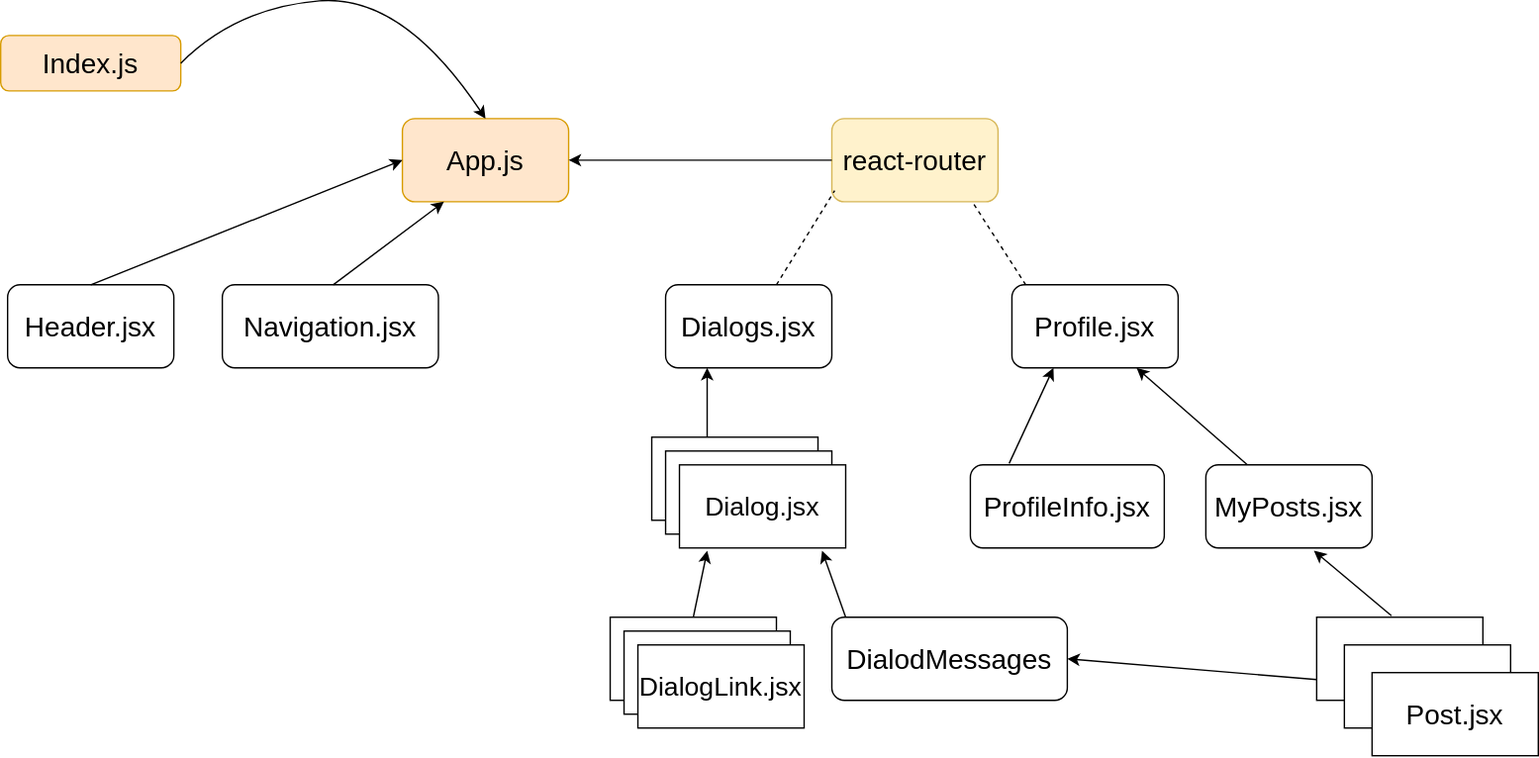
The draw.io diagram Схема приложения.drawio.svg in ShyHarvey/Social-network-with-samurai.js-api-, before a commit. Source tidied: cells renumbered, new cells last; positions are measured from the earlier drawing's top-left corner, leaving out a move shared by most shapes. Source of this version:
```xml
<mxGraphModel>
  <root>
    <mxCell id="0" />
    <mxCell id="1" parent="0" />
    <mxCell id="2" value="&lt;font style=&quot;font-size: 20px;&quot;&gt;Index.js&lt;/font&gt;" style="rounded=1;whiteSpace=wrap;html=1;fillColor=#ffe6cc;strokeColor=#d79b00;" parent="1" vertex="1">
      <mxGeometry y="30" width="130" height="40" as="geometry" />
    </mxCell>
    <mxCell id="3" value="App.js" style="rounded=1;whiteSpace=wrap;html=1;fontSize=20;fillColor=#ffe6cc;strokeColor=#d79b00;" parent="1" vertex="1">
      <mxGeometry x="290" y="90" width="120" height="60" as="geometry" />
    </mxCell>
    <mxCell id="4" style="curved=1;endArrow=classic;html=1;rounded=0;fontSize=20;exitX=1;exitY=0.5;exitDx=0;exitDy=0;entryX=0.5;entryY=0;entryDx=0;entryDy=0;" parent="1" edge="1" source="2" target="3">
      <mxGeometry relative="1" as="geometry">
        <Array as="points">
          <mxPoint x="170" y="10" />
          <mxPoint x="290" />
        </Array>
      </mxGeometry>
    </mxCell>
    <mxCell id="5" value="Header.jsx" style="rounded=1;whiteSpace=wrap;html=1;fontSize=20;" parent="1" vertex="1">
      <mxGeometry x="5" y="210" width="120" height="60" as="geometry" />
    </mxCell>
    <mxCell id="6" value="Navigation.jsx" style="rounded=1;whiteSpace=wrap;html=1;fontSize=20;" parent="1" vertex="1">
      <mxGeometry x="160" y="210" width="156" height="60" as="geometry" />
    </mxCell>
    <mxCell id="7" value="Dialogs.jsx" style="rounded=1;whiteSpace=wrap;html=1;fontSize=20;" parent="1" vertex="1">
      <mxGeometry x="480" y="210" width="120" height="60" as="geometry" />
    </mxCell>
    <mxCell id="8" value="Profile.jsx" style="rounded=1;whiteSpace=wrap;html=1;fontSize=20;" parent="1" vertex="1">
      <mxGeometry x="730" y="210" width="120" height="60" as="geometry" />
    </mxCell>
    <mxCell id="9" style="endArrow=classic;html=1;rounded=0;fontSize=20;exitX=0.5;exitY=0;exitDx=0;exitDy=0;entryX=0;entryY=0.5;entryDx=0;entryDy=0;" parent="1" edge="1" source="5" target="3">
      <mxGeometry relative="1" as="geometry" />
    </mxCell>
    <mxCell id="10" style="endArrow=classic;html=1;rounded=0;fontSize=20;entryX=0.25;entryY=1;entryDx=0;entryDy=0;" parent="1" edge="1" target="3">
      <mxGeometry relative="1" as="geometry">
        <mxPoint x="240" y="210" as="sourcePoint" />
      </mxGeometry>
    </mxCell>
    <mxCell id="11" value="react-router" style="rounded=1;whiteSpace=wrap;html=1;fontSize=20;fillColor=#fff2cc;strokeColor=#d6b656;" parent="1" vertex="1">
      <mxGeometry x="600" y="90" width="120" height="60" as="geometry" />
    </mxCell>
    <mxCell id="12" style="endArrow=none;dashed=1;html=1;rounded=0;fontSize=20;entryX=0.017;entryY=0.867;entryDx=0;entryDy=0;entryPerimeter=0;" parent="1" edge="1" target="11">
      <mxGeometry relative="1" as="geometry">
        <mxPoint x="560" y="210" as="sourcePoint" />
      </mxGeometry>
    </mxCell>
    <mxCell id="13" style="endArrow=none;dashed=1;html=1;rounded=0;fontSize=20;entryX=0.85;entryY=1.017;entryDx=0;entryDy=0;entryPerimeter=0;" parent="1" edge="1" target="11">
      <mxGeometry relative="1" as="geometry">
        <mxPoint x="740" y="210" as="sourcePoint" />
      </mxGeometry>
    </mxCell>
    <mxCell id="14" style="endArrow=classic;html=1;rounded=0;fontSize=20;entryX=1;entryY=0.5;entryDx=0;entryDy=0;" parent="1" edge="1" source="11" target="3">
      <mxGeometry relative="1" as="geometry" />
    </mxCell>
    <mxCell id="15" value="MyPosts.jsx" style="rounded=1;whiteSpace=wrap;html=1;fontSize=20;" parent="1" vertex="1">
      <mxGeometry x="870" y="340" width="120" height="60" as="geometry" />
    </mxCell>
    <mxCell id="16" value="ProfileInfo.jsx" style="rounded=1;whiteSpace=wrap;html=1;fontSize=20;" parent="1" vertex="1">
      <mxGeometry x="700" y="340" width="140" height="60" as="geometry" />
    </mxCell>
    <mxCell id="17" style="endArrow=classic;html=1;rounded=0;fontSize=20;entryX=0.25;entryY=1;entryDx=0;entryDy=0;exitX=0.2;exitY=-0.017;exitDx=0;exitDy=0;exitPerimeter=0;" parent="1" edge="1" source="16" target="8">
      <mxGeometry relative="1" as="geometry" />
    </mxCell>
    <mxCell id="18" style="endArrow=classic;html=1;rounded=0;fontSize=20;entryX=0.75;entryY=1;entryDx=0;entryDy=0;exitX=0.25;exitY=0;exitDx=0;exitDy=0;" parent="1" edge="1" source="15" target="8">
      <mxGeometry relative="1" as="geometry" />
    </mxCell>
    <mxCell id="19" style="rounded=0;whiteSpace=wrap;html=1;fontSize=20;" parent="1" vertex="1">
      <mxGeometry x="950" y="450" width="120" height="60" as="geometry" />
    </mxCell>
    <mxCell id="20" style="rounded=0;whiteSpace=wrap;html=1;fontSize=20;" parent="1" vertex="1">
      <mxGeometry x="970" y="470" width="120" height="60" as="geometry" />
    </mxCell>
    <mxCell id="21" value="Post.jsx" style="rounded=0;whiteSpace=wrap;html=1;fontSize=20;" parent="1" vertex="1">
      <mxGeometry x="990" y="490" width="120" height="60" as="geometry" />
    </mxCell>
    <mxCell id="22" style="endArrow=classic;html=1;rounded=0;fontSize=20;exitX=0.45;exitY=-0.017;exitDx=0;exitDy=0;exitPerimeter=0;entryX=0.65;entryY=1.033;entryDx=0;entryDy=0;entryPerimeter=0;" parent="1" edge="1" source="19" target="15">
      <mxGeometry relative="1" as="geometry" />
    </mxCell>
    <mxCell id="23" value="DialodMessages" style="rounded=1;whiteSpace=wrap;html=1;fontSize=20;" parent="1" vertex="1">
      <mxGeometry x="600" y="450" width="170" height="60" as="geometry" />
    </mxCell>
    <mxCell id="24" style="endArrow=classic;html=1;rounded=0;fontSize=20;exitX=0;exitY=0.75;exitDx=0;exitDy=0;entryX=1;entryY=0.5;entryDx=0;entryDy=0;" parent="1" edge="1" source="19" target="23">
      <mxGeometry relative="1" as="geometry" />
    </mxCell>
    <mxCell id="25" style="rounded=0;whiteSpace=wrap;html=1;fontSize=20;" parent="1" vertex="1">
      <mxGeometry x="440" y="450" width="120" height="60" as="geometry" />
    </mxCell>
    <mxCell id="26" style="rounded=0;whiteSpace=wrap;html=1;fontSize=20;" parent="1" vertex="1">
      <mxGeometry x="450" y="460" width="120" height="60" as="geometry" />
    </mxCell>
    <mxCell id="27" value="&lt;font style=&quot;font-size: 19px;&quot;&gt;DialogLink.jsx&lt;/font&gt;" style="rounded=0;whiteSpace=wrap;html=1;fontSize=20;" parent="1" vertex="1">
      <mxGeometry x="460" y="470" width="120" height="60" as="geometry" />
    </mxCell>
    <mxCell id="28" style="endArrow=classic;html=1;rounded=0;fontSize=19;entryX=0.167;entryY=1.033;entryDx=0;entryDy=0;entryPerimeter=0;exitX=0.5;exitY=0;exitDx=0;exitDy=0;" parent="1" edge="1" source="25">
      <mxGeometry relative="1" as="geometry">
        <mxPoint x="510" y="402" as="targetPoint" />
      </mxGeometry>
    </mxCell>
    <mxCell id="29" style="endArrow=classic;html=1;rounded=0;fontSize=19;entryX=0.858;entryY=1.033;entryDx=0;entryDy=0;entryPerimeter=0;" parent="1" edge="1">
      <mxGeometry relative="1" as="geometry">
        <mxPoint x="610" y="450" as="sourcePoint" />
        <mxPoint x="593" y="402" as="targetPoint" />
      </mxGeometry>
    </mxCell>
    <mxCell id="30" style="rounded=0;whiteSpace=wrap;html=1;fontSize=20;" parent="1" vertex="1">
      <mxGeometry x="470" y="320" width="120" height="60" as="geometry" />
    </mxCell>
    <mxCell id="31" style="rounded=0;whiteSpace=wrap;html=1;fontSize=20;" parent="1" vertex="1">
      <mxGeometry x="480" y="330" width="120" height="60" as="geometry" />
    </mxCell>
    <mxCell id="32" value="&lt;font style=&quot;font-size: 19px;&quot;&gt;Dialog.jsx&lt;/font&gt;" style="rounded=0;whiteSpace=wrap;html=1;fontSize=20;" parent="1" vertex="1">
      <mxGeometry x="490" y="340" width="120" height="60" as="geometry" />
    </mxCell>
    <mxCell id="33" style="endArrow=classic;html=1;rounded=0;fontSize=19;entryX=0.25;entryY=1;entryDx=0;entryDy=0;" parent="1" edge="1" target="7">
      <mxGeometry relative="1" as="geometry">
        <mxPoint x="510" y="320" as="sourcePoint" />
      </mxGeometry>
    </mxCell>
  </root>
</mxGraphModel>
```
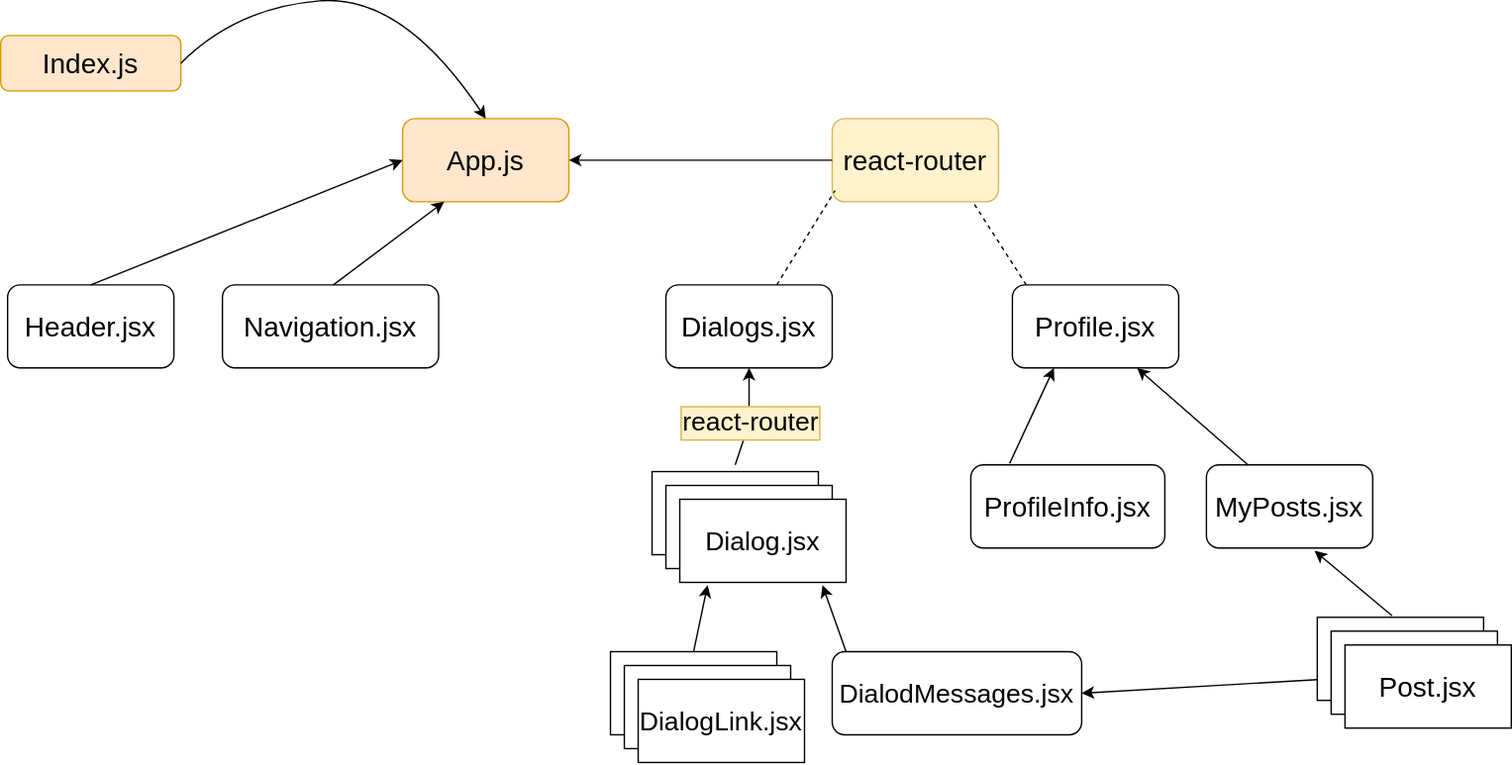
After the change.

The edit, as a diff of the source:
```diff
@@ -68,53 +68,61 @@
       <mxGeometry x="950" y="450" width="120" height="60" as="geometry" />
     </mxCell>
     <mxCell id="20" style="rounded=0;whiteSpace=wrap;html=1;fontSize=20;" parent="1" vertex="1">
-      <mxGeometry x="970" y="470" width="120" height="60" as="geometry" />
+      <mxGeometry x="960" y="460" width="120" height="60" as="geometry" />
     </mxCell>
     <mxCell id="21" value="Post.jsx" style="rounded=0;whiteSpace=wrap;html=1;fontSize=20;" parent="1" vertex="1">
-      <mxGeometry x="990" y="490" width="120" height="60" as="geometry" />
+      <mxGeometry x="970" y="470" width="120" height="60" as="geometry" />
     </mxCell>
     <mxCell id="22" style="endArrow=classic;html=1;rounded=0;fontSize=20;exitX=0.45;exitY=-0.017;exitDx=0;exitDy=0;exitPerimeter=0;entryX=0.65;entryY=1.033;entryDx=0;entryDy=0;entryPerimeter=0;" parent="1" edge="1" source="19" target="15">
       <mxGeometry relative="1" as="geometry" />
     </mxCell>
-    <mxCell id="23" value="DialodMessages" style="rounded=1;whiteSpace=wrap;html=1;fontSize=20;" parent="1" vertex="1">
-      <mxGeometry x="600" y="450" width="170" height="60" as="geometry" />
+    <mxCell id="23" value="&lt;font style=&quot;font-size: 19px;&quot;&gt;DialodMessages.jsx&lt;/font&gt;" style="rounded=1;whiteSpace=wrap;html=1;fontSize=20;" parent="1" vertex="1">
+      <mxGeometry x="600" y="474.8" width="180" height="60" as="geometry" />
     </mxCell>
     <mxCell id="24" style="endArrow=classic;html=1;rounded=0;fontSize=20;exitX=0;exitY=0.75;exitDx=0;exitDy=0;entryX=1;entryY=0.5;entryDx=0;entryDy=0;" parent="1" edge="1" source="19" target="23">
       <mxGeometry relative="1" as="geometry" />
     </mxCell>
     <mxCell id="25" style="rounded=0;whiteSpace=wrap;html=1;fontSize=20;" parent="1" vertex="1">
-      <mxGeometry x="440" y="450" width="120" height="60" as="geometry" />
+      <mxGeometry x="440" y="474.8" width="120" height="60" as="geometry" />
     </mxCell>
     <mxCell id="26" style="rounded=0;whiteSpace=wrap;html=1;fontSize=20;" parent="1" vertex="1">
-      <mxGeometry x="450" y="460" width="120" height="60" as="geometry" />
+      <mxGeometry x="450" y="484.8" width="120" height="60" as="geometry" />
     </mxCell>
     <mxCell id="27" value="&lt;font style=&quot;font-size: 19px;&quot;&gt;DialogLink.jsx&lt;/font&gt;" style="rounded=0;whiteSpace=wrap;html=1;fontSize=20;" parent="1" vertex="1">
-      <mxGeometry x="460" y="470" width="120" height="60" as="geometry" />
+      <mxGeometry x="460" y="494.8" width="120" height="60" as="geometry" />
     </mxCell>
     <mxCell id="28" style="endArrow=classic;html=1;rounded=0;fontSize=19;entryX=0.167;entryY=1.033;entryDx=0;entryDy=0;entryPerimeter=0;exitX=0.5;exitY=0;exitDx=0;exitDy=0;" parent="1" edge="1" source="25">
       <mxGeometry relative="1" as="geometry">
-        <mxPoint x="510" y="402" as="targetPoint" />
+        <mxPoint x="510" y="426.8" as="targetPoint" />
       </mxGeometry>
     </mxCell>
     <mxCell id="29" style="endArrow=classic;html=1;rounded=0;fontSize=19;entryX=0.858;entryY=1.033;entryDx=0;entryDy=0;entryPerimeter=0;" parent="1" edge="1">
       <mxGeometry relative="1" as="geometry">
-        <mxPoint x="610" y="450" as="sourcePoint" />
-        <mxPoint x="593" y="402" as="targetPoint" />
+        <mxPoint x="610" y="474.8" as="sourcePoint" />
+        <mxPoint x="593" y="426.8" as="targetPoint" />
       </mxGeometry>
     </mxCell>
     <mxCell id="30" style="rounded=0;whiteSpace=wrap;html=1;fontSize=20;" parent="1" vertex="1">
-      <mxGeometry x="470" y="320" width="120" height="60" as="geometry" />
+      <mxGeometry x="470" y="344.8" width="120" height="60" as="geometry" />
     </mxCell>
     <mxCell id="31" style="rounded=0;whiteSpace=wrap;html=1;fontSize=20;" parent="1" vertex="1">
-      <mxGeometry x="480" y="330" width="120" height="60" as="geometry" />
+      <mxGeometry x="480" y="354.8" width="120" height="60" as="geometry" />
     </mxCell>
     <mxCell id="32" value="&lt;font style=&quot;font-size: 19px;&quot;&gt;Dialog.jsx&lt;/font&gt;" style="rounded=0;whiteSpace=wrap;html=1;fontSize=20;" parent="1" vertex="1">
-      <mxGeometry x="490" y="340" width="120" height="60" as="geometry" />
+      <mxGeometry x="490" y="364.8" width="120" height="60" as="geometry" />
     </mxCell>
-    <mxCell id="33" style="endArrow=classic;html=1;rounded=0;fontSize=19;entryX=0.25;entryY=1;entryDx=0;entryDy=0;" parent="1" edge="1" target="7">
-      <mxGeometry relative="1" as="geometry">
-        <mxPoint x="510" y="320" as="sourcePoint" />
-      </mxGeometry>
-    </mxCell>
+    <mxCell id="34" style="endArrow=classic;html=1;rounded=0;fontSize=19;entryX=0.5;entryY=1;entryDx=0;entryDy=0;" parent="1" edge="1" target="7">
+      <mxGeometry relative="1" as="geometry">
+        <mxPoint x="530" y="340" as="sourcePoint" />
+        <Array as="points">
+          <mxPoint x="540" y="310" />
+        </Array>
+      </mxGeometry>
+    </mxCell>
+    <mxCell id="35" value="react-router" style="edgeLabel;html=1;align=center;verticalAlign=middle;fontSize=19;labelBackgroundColor=#FFF2CC;labelBorderColor=#D6B656;" parent="34" vertex="1">
+      <mxGeometry relative="1" as="geometry">
+        <mxPoint y="4" as="offset" />
+      </mxGeometry>
+    </mxCell>
   </root>
 </mxGraphModel>
```
